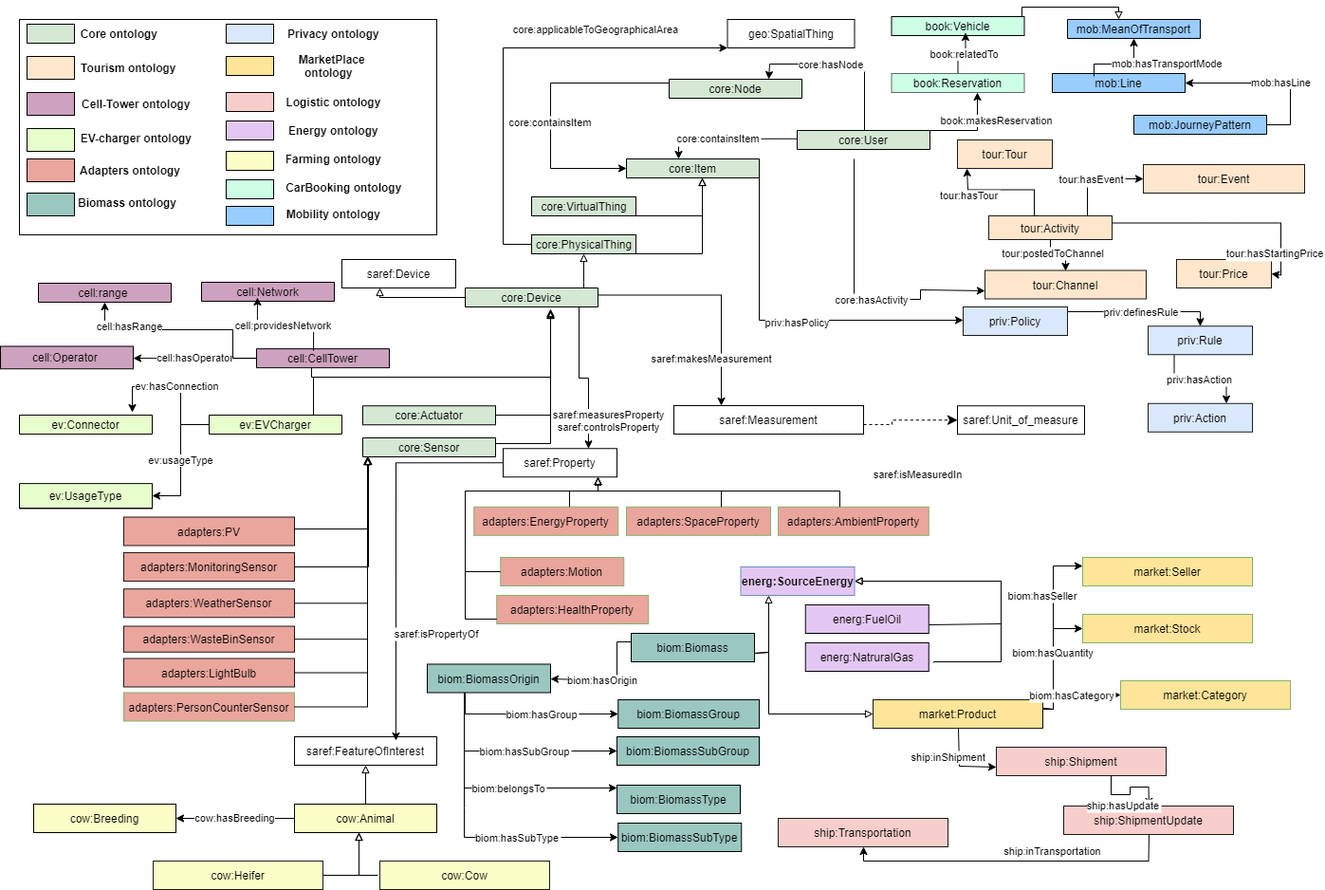
This is diagrams/auroral-whole.png from oeg-upm/auroral-core-ontology, a draw.io export, as it was before one commit. Source tidied: cells renumbered, new cells last; positions are measured from the earlier drawing's top-left corner, leaving out a move shared by most shapes.
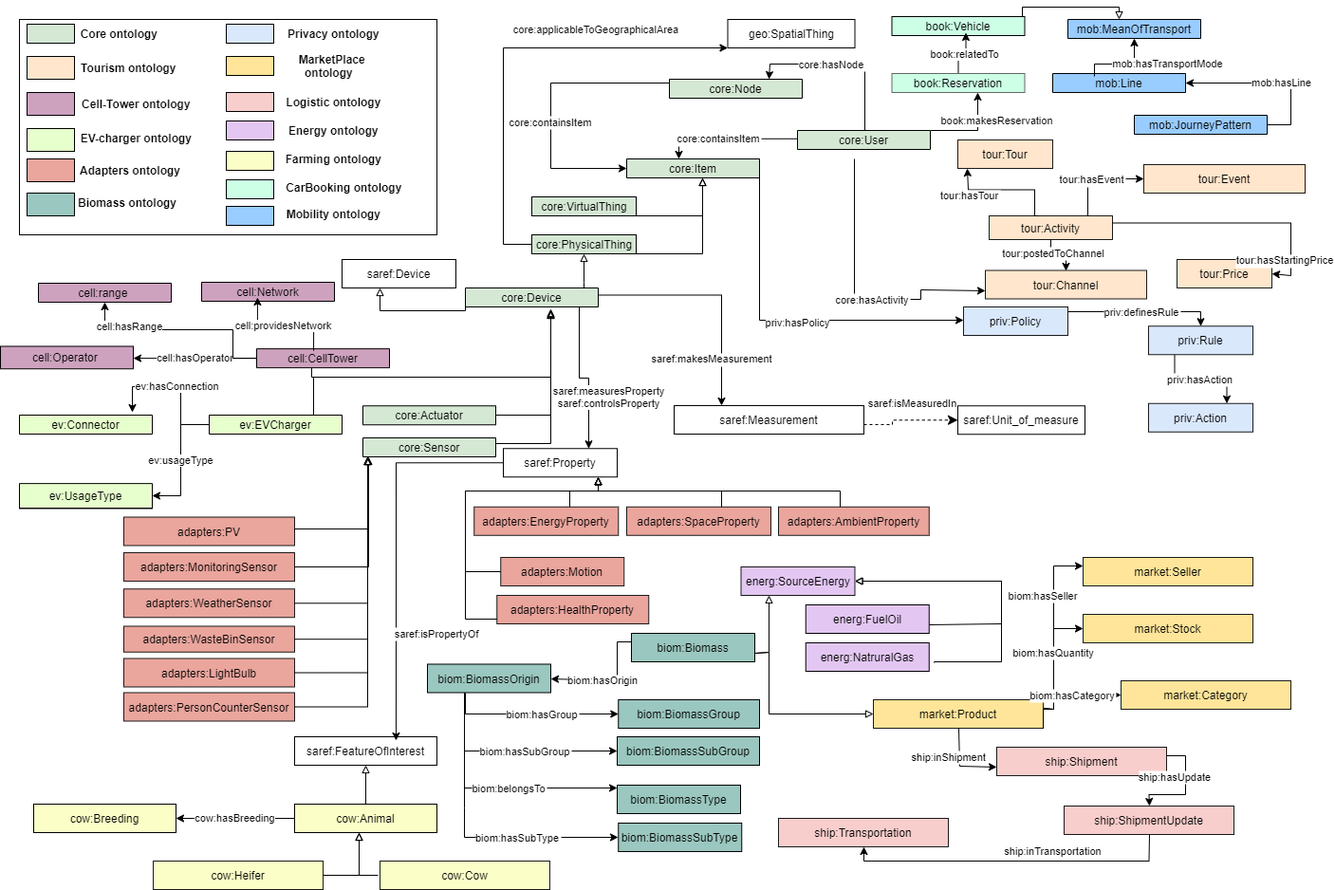
After the commit.

Diff of the diagram source:
```diff
@@ -73,7 +73,7 @@
     </mxCell>
     <mxCell id="15" value="saref:measuresProperty&lt;br&gt;saref:controlsProperty" style="edgeLabel;html=1;align=center;verticalAlign=middle;" parent="14" vertex="1">
       <mxGeometry x="-0.26" y="3" relative="1" as="geometry">
-        <mxPoint x="27" y="60" as="offset" />
+        <mxPoint x="27" y="35" as="offset" />
       </mxGeometry>
     </mxCell>
     <mxCell id="16" value="core:Device" style="swimlane;fontStyle=0;horizontal=1;startSize=26;fillColor=#D5E8D4;" parent="1" vertex="1">
@@ -115,7 +115,7 @@
     </mxCell>
     <mxCell id="23" value="&lt;div&gt;saref:isMeasuredIn&lt;/div&gt;" style="edgeLabel;html=1;align=center;verticalAlign=middle;" parent="22" vertex="1">
       <mxGeometry x="-0.19" y="-1" relative="1" as="geometry">
-        <mxPoint x="19" y="56.2" as="offset" />
+        <mxPoint x="12.7" y="-18.5" as="offset" />
       </mxGeometry>
     </mxCell>
     <mxCell id="24" value="saref:Property" style="rounded=0;whiteSpace=wrap;html=1;fillColor=#FFFFFF;" parent="1" vertex="1">
@@ -127,7 +127,8 @@
     <mxCell id="26" style="edgeStyle=orthogonalEdgeStyle;rounded=0;jettySize=auto;html=1;fontSize=11;endArrow=block;endFill=0;exitX=0;exitY=0.5;exitDx=0;exitDy=0;" parent="1" edge="1" source="16" target="25">
       <mxGeometry relative="1" as="geometry">
         <Array as="points">
-          <mxPoint x="400" y="306" />
+          <mxPoint x="490" y="320" />
+          <mxPoint x="400" y="320" />
         </Array>
       </mxGeometry>
     </mxCell>
@@ -247,24 +248,24 @@
     <mxCell id="47" value="tour:hasStartingPrice" style="edgeStyle=orthogonalEdgeStyle;rounded=0;jettySize=auto;endArrow=classic;endFill=1;exitX=1;exitY=0.3;exitDx=0;exitDy=0;" parent="1" edge="1" source="38" target="40">
       <mxGeometry x="0.73" y="-6" relative="1" as="geometry">
         <Array as="points">
-          <mxPoint x="1350" y="227.5" />
-          <mxPoint x="1350" y="282.5" />
+          <mxPoint x="1360" y="228" />
+          <mxPoint x="1360" y="283" />
         </Array>
       </mxGeometry>
     </mxCell>
-    <mxCell id="48" value="adapters:AmbientProperty" style="rounded=0;whiteSpace=wrap;html=1;fillColor=#EAA59D;strokeColor=#82b366;" parent="1" vertex="1">
+    <mxCell id="48" value="adapters:AmbientProperty" style="rounded=0;whiteSpace=wrap;html=1;fillColor=#EAA59D;strokeColor=#1A1A1A;" parent="1" vertex="1">
       <mxGeometry x="820" y="526.8" width="158.8" height="30" as="geometry" />
     </mxCell>
-    <mxCell id="49" value="adapters:HealthProperty" style="rounded=0;whiteSpace=wrap;html=1;fillColor=#EAA59D;strokeColor=#82b366;" parent="1" vertex="1">
+    <mxCell id="49" value="adapters:HealthProperty" style="rounded=0;whiteSpace=wrap;html=1;fillColor=#EAA59D;strokeColor=#1A1A1A;" parent="1" vertex="1">
       <mxGeometry x="523.2" y="620" width="160" height="30" as="geometry" />
     </mxCell>
-    <mxCell id="50" value="adapters:EnergyProperty" style="rounded=0;whiteSpace=wrap;html=1;fillColor=#EAA59D;strokeColor=#82b366;" parent="1" vertex="1">
+    <mxCell id="50" value="adapters:EnergyProperty" style="rounded=0;whiteSpace=wrap;html=1;fillColor=#EAA59D;strokeColor=#1A1A1A;" parent="1" vertex="1">
       <mxGeometry x="499.2" y="526.8" width="152" height="30" as="geometry" />
     </mxCell>
-    <mxCell id="51" value="adapters:Motion" style="rounded=0;whiteSpace=wrap;html=1;fillColor=#EAA59D;strokeColor=#82b366;" parent="1" vertex="1">
+    <mxCell id="51" value="adapters:Motion" style="rounded=0;whiteSpace=wrap;html=1;fillColor=#EAA59D;strokeColor=#1A1A1A;" parent="1" vertex="1">
       <mxGeometry x="527.2" y="580" width="130" height="30" as="geometry" />
     </mxCell>
-    <mxCell id="52" value="adapters:SpaceProperty" style="rounded=0;whiteSpace=wrap;html=1;fillColor=#EAA59D;strokeColor=#82b366;" parent="1" vertex="1">
+    <mxCell id="52" value="adapters:SpaceProperty" style="rounded=0;whiteSpace=wrap;html=1;fillColor=#EAA59D;strokeColor=#1A1A1A;" parent="1" vertex="1">
       <mxGeometry x="660" y="526.8" width="152" height="30" as="geometry" />
     </mxCell>
     <mxCell id="53" style="edgeStyle=orthogonalEdgeStyle;rounded=0;jettySize=auto;html=1;fontSize=11;endArrow=block;endFill=0;" parent="1" edge="1" source="48">
@@ -323,7 +324,7 @@
     <mxCell id="60" value="adapters:WasteBinSensor" style="rounded=0;whiteSpace=wrap;html=1;fillColor=#EAA59D;strokeColor=#1A1A1A;" parent="1" vertex="1">
       <mxGeometry x="130" y="652.5" width="180" height="27.2" as="geometry" />
     </mxCell>
-    <mxCell id="61" value="adapters:PersonCounterSensor" style="rounded=0;whiteSpace=wrap;html=1;fillColor=#EAA59D;strokeColor=#82b366;" parent="1" vertex="1">
+    <mxCell id="61" value="adapters:PersonCounterSensor" style="rounded=0;whiteSpace=wrap;html=1;fillColor=#EAA59D;strokeColor=#1A1A1A;" parent="1" vertex="1">
       <mxGeometry x="130" y="722.5" width="180" height="30" as="geometry" />
     </mxCell>
     <mxCell id="62" value="adapters:LightBulb" style="rounded=0;whiteSpace=wrap;html=1;fillColor=#EAA59D;strokeColor=#1A1A1A;" parent="1" vertex="1">
@@ -381,7 +382,7 @@
         </Array>
       </mxGeometry>
     </mxCell>
-    <mxCell id="70" value="&lt;b&gt;energ:SourceEnergy&lt;/b&gt;" style="rounded=0;whiteSpace=wrap;html=1;fillColor=#E3C7F2;strokeColor=#6c8ebf;" parent="1" vertex="1">
+    <mxCell id="70" value="energ:SourceEnergy" style="rounded=0;whiteSpace=wrap;html=1;fillColor=#E3C7F2;strokeColor=#1A1A1A;" parent="1" vertex="1">
       <mxGeometry x="780.5" y="590" width="120" height="30" as="geometry" />
     </mxCell>
     <mxCell id="71" value="energ:FuelOil" style="rounded=0;whiteSpace=wrap;html=1;snapToPoint=1;points=[[0.1,0],[0.2,0],[0.3,0],[0.4,0],[0.5,0],[0.6,0],[0.7,0],[0.8,0],[0.9,0],[0,0.1],[0,0.3],[0,0.5],[0,0.7],[0,0.9],[0.1,1],[0.2,1],[0.3,1],[0.4,1],[0.5,1],[0.6,1],[0.7,1],[0.8,1],[0.9,1],[1,0.1],[1,0.3],[1,0.5],[1,0.7],[1,0.9]];fillColor=#E3C7F2;" parent="1" vertex="1">
@@ -475,10 +476,10 @@
     <mxCell id="87" value="market:Product" style="rounded=0;whiteSpace=wrap;html=1;snapToPoint=1;points=[[0.1,0],[0.2,0],[0.3,0],[0.4,0],[0.5,0],[0.6,0],[0.7,0],[0.8,0],[0.9,0],[0,0.1],[0,0.3],[0,0.5],[0,0.7],[0,0.9],[0.1,1],[0.2,1],[0.3,1],[0.4,1],[0.5,1],[0.6,1],[0.7,1],[0.8,1],[0.9,1],[1,0.1],[1,0.3],[1,0.5],[1,0.7],[1,0.9]];fillColor=#FFE599;strokeColor=#1A1A1A;" parent="1" vertex="1">
       <mxGeometry x="920" y="730" width="179" height="30" as="geometry" />
     </mxCell>
-    <mxCell id="88" value="market:Seller" style="rounded=0;whiteSpace=wrap;html=1;snapToPoint=1;points=[[0.1,0],[0.2,0],[0.3,0],[0.4,0],[0.5,0],[0.6,0],[0.7,0],[0.8,0],[0.9,0],[0,0.1],[0,0.3],[0,0.5],[0,0.7],[0,0.9],[0.1,1],[0.2,1],[0.3,1],[0.4,1],[0.5,1],[0.6,1],[0.7,1],[0.8,1],[0.9,1],[1,0.1],[1,0.3],[1,0.5],[1,0.7],[1,0.9]];fillColor=#FFE599;strokeColor=#82b366;" parent="1" vertex="1">
+    <mxCell id="88" value="market:Seller" style="rounded=0;whiteSpace=wrap;html=1;snapToPoint=1;points=[[0.1,0],[0.2,0],[0.3,0],[0.4,0],[0.5,0],[0.6,0],[0.7,0],[0.8,0],[0.9,0],[0,0.1],[0,0.3],[0,0.5],[0,0.7],[0,0.9],[0.1,1],[0.2,1],[0.3,1],[0.4,1],[0.5,1],[0.6,1],[0.7,1],[0.8,1],[0.9,1],[1,0.1],[1,0.3],[1,0.5],[1,0.7],[1,0.9]];fillColor=#FFE599;strokeColor=#1A1A1A;" parent="1" vertex="1">
       <mxGeometry x="1141" y="580" width="179" height="30" as="geometry" />
     </mxCell>
-    <mxCell id="89" value="market:Stock" style="rounded=0;whiteSpace=wrap;html=1;snapToPoint=1;points=[[0.1,0],[0.2,0],[0.3,0],[0.4,0],[0.5,0],[0.6,0],[0.7,0],[0.8,0],[0.9,0],[0,0.1],[0,0.3],[0,0.5],[0,0.7],[0,0.9],[0.1,1],[0.2,1],[0.3,1],[0.4,1],[0.5,1],[0.6,1],[0.7,1],[0.8,1],[0.9,1],[1,0.1],[1,0.3],[1,0.5],[1,0.7],[1,0.9]];fillColor=#FFE599;strokeColor=#82b366;" parent="1" vertex="1">
+    <mxCell id="89" value="market:Stock" style="rounded=0;whiteSpace=wrap;html=1;snapToPoint=1;points=[[0.1,0],[0.2,0],[0.3,0],[0.4,0],[0.5,0],[0.6,0],[0.7,0],[0.8,0],[0.9,0],[0,0.1],[0,0.3],[0,0.5],[0,0.7],[0,0.9],[0.1,1],[0.2,1],[0.3,1],[0.4,1],[0.5,1],[0.6,1],[0.7,1],[0.8,1],[0.9,1],[1,0.1],[1,0.3],[1,0.5],[1,0.7],[1,0.9]];fillColor=#FFE599;strokeColor=#1A1A1A;" parent="1" vertex="1">
       <mxGeometry x="1141" y="640" width="179" height="30" as="geometry" />
     </mxCell>
     <mxCell id="90" style="edgeStyle=orthogonalEdgeStyle;rounded=0;jettySize=auto;html=1;fontSize=11;endArrow=block;endFill=0;" parent="1" edge="1" source="75" target="87">
@@ -489,7 +490,7 @@
         </Array>
       </mxGeometry>
     </mxCell>
-    <mxCell id="91" value="market:Category" style="rounded=0;whiteSpace=wrap;html=1;snapToPoint=1;points=[[0.1,0],[0.2,0],[0.3,0],[0.4,0],[0.5,0],[0.6,0],[0.7,0],[0.8,0],[0.9,0],[0,0.1],[0,0.3],[0,0.5],[0,0.7],[0,0.9],[0.1,1],[0.2,1],[0.3,1],[0.4,1],[0.5,1],[0.6,1],[0.7,1],[0.8,1],[0.9,1],[1,0.1],[1,0.3],[1,0.5],[1,0.7],[1,0.9]];fillColor=#FFE599;strokeColor=#82b366;" parent="1" vertex="1">
+    <mxCell id="91" value="market:Category" style="rounded=0;whiteSpace=wrap;html=1;snapToPoint=1;points=[[0.1,0],[0.2,0],[0.3,0],[0.4,0],[0.5,0],[0.6,0],[0.7,0],[0.8,0],[0.9,0],[0,0.1],[0,0.3],[0,0.5],[0,0.7],[0,0.9],[0.1,1],[0.2,1],[0.3,1],[0.4,1],[0.5,1],[0.6,1],[0.7,1],[0.8,1],[0.9,1],[1,0.1],[1,0.3],[1,0.5],[1,0.7],[1,0.9]];fillColor=#FFE599;strokeColor=#1A1A1A;" parent="1" vertex="1">
       <mxGeometry x="1181" y="710" width="179" height="30" as="geometry" />
     </mxCell>
     <mxCell id="92" value="biom:hasSeller" style="edgeStyle=orthogonalEdgeStyle;rounded=0;jettySize=auto;fontSize=11;endArrow=classic;endFill=1;entryX=0;entryY=0.3;entryDx=0;entryDy=0;" parent="1" edge="1" source="87" target="88">
@@ -535,10 +536,8 @@
         </Array>
       </mxGeometry>
     </mxCell>
-    <mxCell id="99" value="ship:hasUpdate" style="edgeStyle=orthogonalEdgeStyle;rounded=0;jettySize=auto;fontSize=11;endArrow=classic;endFill=1;" parent="1" edge="1" target="96">
-      <mxGeometry x="-0.25" y="-11" relative="1" as="geometry">
-        <mxPoint x="1171" y="810" as="sourcePoint" />
-      </mxGeometry>
+    <mxCell id="99" value="ship:hasUpdate" style="edgeStyle=orthogonalEdgeStyle;rounded=0;jettySize=auto;fontSize=11;endArrow=classic;endFill=1;exitX=1;exitY=0.3;exitDx=0;exitDy=0;" parent="1" edge="1" source="95" target="96">
+      <mxGeometry x="-0.25" y="-11" relative="1" as="geometry" />
     </mxCell>
     <mxCell id="100" value="ship:inTransportation" style="edgeStyle=orthogonalEdgeStyle;rounded=0;jettySize=auto;fontSize=11;endArrow=classic;endFill=1;" parent="1" edge="1" source="96" target="97">
       <mxGeometry x="-0.25" y="-11" relative="1" as="geometry">
```
